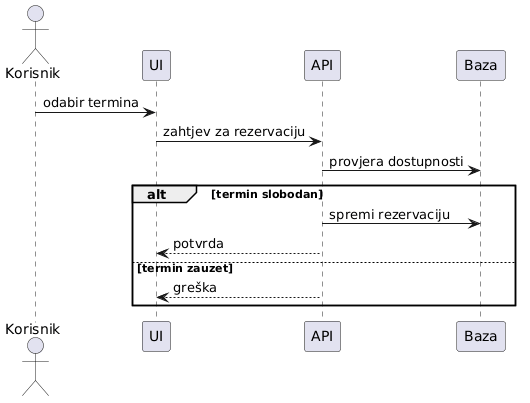
Earlier version of the PlantUML export UML models/SequenceDiagram.png (lkurtovic/Sustav-za-rezervaciju-teniskog-termina).
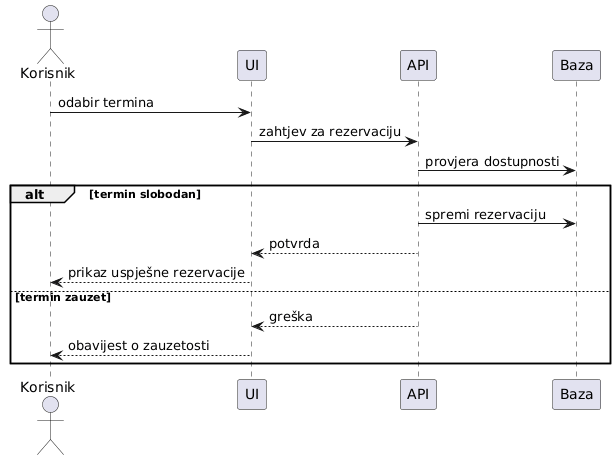
After the change.

Commit message:
Popravak SequenceDiagrama

What changed in the source:
```diff
@@ -11,7 +11,9 @@
 alt termin slobodan
     API -> Baza : spremi rezervaciju
     API --> UI : potvrda
+    UI --> Korisnik : prikaz uspješne rezervacije
 else termin zauzet
     API --> UI : greška
+    UI --> Korisnik : obavijest o zauzetosti
 end
 @enduml
```
